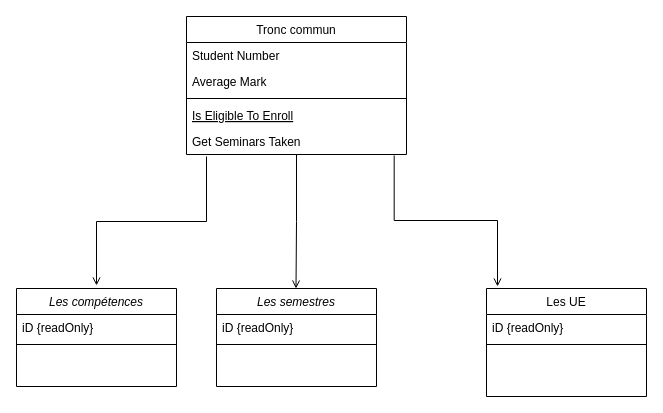
Earlier version of the draw.io diagram Untitled Diagram.drawio (LucasOtw/SAE-1.04-BDD). Source tidied: cells renumbered, new cells numbered last; positions are measured from the earlier drawing's top-left corner, leaving out a move shared by most shapes. Both pictures are drawn from the tidied source at 100%, with x=0, y=0 at pixel (16, 16).
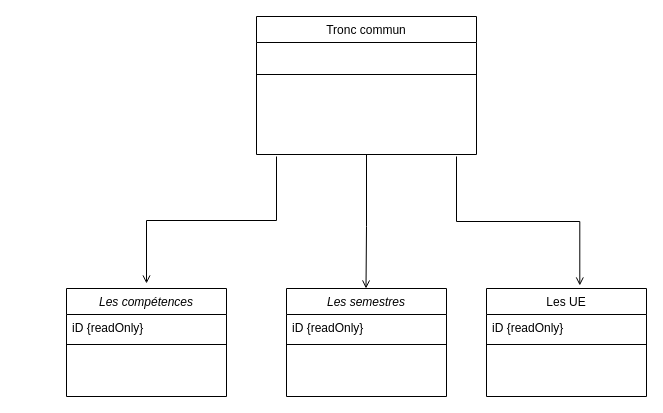
The same page after the edit.

Change to the diagram source:
```diff
@@
     <mxCell id="2" value="Les semestres" style="swimlane;fontStyle=2;align=center;verticalAlign=top;horizontal=1;startSize=26;rounded=0;shadow=0;strokeWidth=1;" parent="1" vertex="1">
-      <mxGeometry x="200" y="272" width="160" height="98" as="geometry" />
+      <mxGeometry x="270" y="272" width="160" height="108" as="geometry" />
     </mxCell>
@@
     <mxCell id="5" value="Tronc commun" style="swimlane;fontStyle=0;align=center;verticalAlign=top;horizontal=1;startSize=26;rounded=0;shadow=0;strokeWidth=1;" parent="1" vertex="1">
-      <mxGeometry x="170" width="220" height="138" as="geometry" />
+      <mxGeometry x="240" width="220" height="138" as="geometry" />
     </mxCell>
-    <mxCell id="6" value="Student Number" style="text;align=left;verticalAlign=top;spacingLeft=4;spacingRight=4;overflow=hidden;" parent="5" vertex="1">
-      <mxGeometry y="26" width="220" height="26" as="geometry" />
-    </mxCell>
-    <mxCell id="7" value="Average Mark" style="text;align=left;verticalAlign=top;spacingLeft=4;spacingRight=4;overflow=hidden;rounded=0;shadow=0;html=0;" parent="5" vertex="1">
-      <mxGeometry y="52" width="220" height="26" as="geometry" />
-    </mxCell>
     <mxCell id="8" style="line;html=1;strokeWidth=1;align=left;verticalAlign=middle;spacingTop=-1;spacingLeft=3;spacingRight=3;labelPosition=right;" parent="5" vertex="1">
-      <mxGeometry y="78" width="220" height="8" as="geometry" />
+      <mxGeometry y="26" width="220" height="64" as="geometry" />
     </mxCell>
-    <mxCell id="9" value="Is Eligible To Enroll" style="text;align=left;verticalAlign=top;spacingLeft=4;spacingRight=4;overflow=hidden;fontStyle=4;" parent="5" vertex="1">
-      <mxGeometry y="86" width="220" height="26" as="geometry" />
-    </mxCell>
-    <mxCell id="10" value="Get Seminars Taken" style="text;align=left;verticalAlign=top;spacingLeft=4;spacingRight=4;overflow=hidden;points=[[0,0.5],[1,0.5]];portConstraint=eastwest;" parent="5" vertex="1">
-      <mxGeometry y="112" width="220" height="26" as="geometry" />
-    </mxCell>
@@
-    <mxCell id="14" style="endArrow=open;shadow=0;strokeWidth=1;rounded=0;endFill=1;edgeStyle=elbowEdgeStyle;elbow=vertical;" parent="1" edge="1" source="10">
+    <mxCell id="14" style="endArrow=open;shadow=0;strokeWidth=1;rounded=0;endFill=1;edgeStyle=elbowEdgeStyle;elbow=vertical;" parent="1" edge="1">
       <mxGeometry x="0.5" y="41" relative="1" as="geometry">
-        <mxPoint x="279.5" y="272" as="targetPoint" />
+        <mxPoint x="350" y="138" as="sourcePoint" />
+        <mxPoint x="349.5" y="272" as="targetPoint" />
+        <Array as="points">
+          <mxPoint x="400" y="210" />
+        </Array>
         <mxPoint x="-40" y="32" as="offset" />
       </mxGeometry>
     </mxCell>
-    <mxCell id="15" style="endArrow=open;shadow=0;strokeWidth=1;rounded=0;endFill=1;edgeStyle=elbowEdgeStyle;elbow=vertical;exitX=0.944;exitY=1.038;exitDx=0;exitDy=0;exitPerimeter=0;" parent="1" edge="1" source="10">
+    <mxCell id="15" style="endArrow=open;shadow=0;strokeWidth=1;rounded=0;endFill=1;edgeStyle=elbowEdgeStyle;elbow=vertical;" parent="1" edge="1">
       <mxGeometry x="0.5" y="41" relative="1" as="geometry">
-        <mxPoint x="481" y="270" as="targetPoint" />
+        <mxPoint x="440" y="140" as="sourcePoint" />
+        <mxPoint x="563.3" y="269" as="targetPoint" />
         <mxPoint x="-40" y="32" as="offset" />
       </mxGeometry>
     </mxCell>
     <mxCell id="16" value="Les compétences" style="swimlane;fontStyle=2;align=center;verticalAlign=top;horizontal=1;startSize=26;rounded=0;shadow=0;strokeWidth=1;" parent="1" vertex="1">
-      <mxGeometry y="272" width="160" height="98" as="geometry" />
+      <mxGeometry x="50" y="272" width="160" height="108" as="geometry" />
     </mxCell>
@@
     <mxCell id="19" style="endArrow=open;shadow=0;strokeWidth=1;rounded=0;endFill=1;edgeStyle=elbowEdgeStyle;elbow=vertical;" parent="1" edge="1">
       <mxGeometry x="0.5" y="41" relative="1" as="geometry">
-        <mxPoint x="190" y="140" as="sourcePoint" />
-        <mxPoint x="80" y="269" as="targetPoint" />
+        <mxPoint x="260" y="140" as="sourcePoint" />
+        <mxPoint x="130" y="267" as="targetPoint" />
         <mxPoint x="-40" y="32" as="offset" />
       </mxGeometry>
     </mxCell>
```
